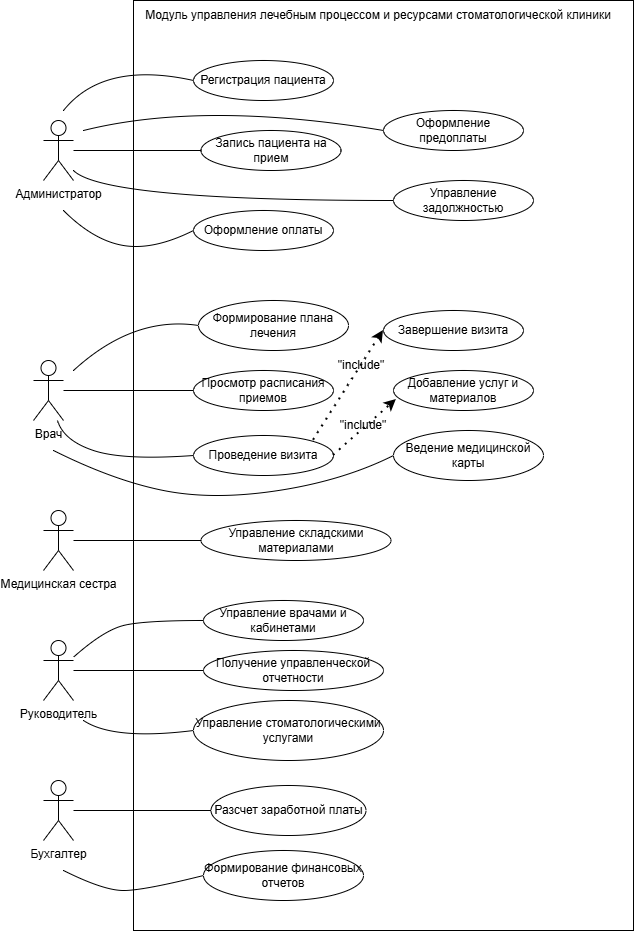
The draw.io diagram Use Case .png in Ancilot/Dental-clinic, before a commit. Source tidied: cells renumbered, new cells last; positions are measured from the earlier drawing's top-left corner, leaving out a move shared by most shapes. Its diagram source:
```xml
<mxGraphModel>
  <root>
    <mxCell id="0" />
    <mxCell id="1" parent="0" />
    <mxCell id="2" style="rounded=0;whiteSpace=wrap;html=1;fillColor=none;" parent="1" vertex="1">
      <mxGeometry x="100" width="500" height="930" as="geometry" />
    </mxCell>
    <mxCell id="3" style="edgeStyle=orthogonalEdgeStyle;rounded=0;jettySize=auto;html=1;endArrow=none;endFill=0;" parent="1" edge="1" source="4" target="14">
      <mxGeometry relative="1" as="geometry" />
    </mxCell>
    <mxCell id="4" value="Администратор" style="shape=umlActor;verticalLabelPosition=bottom;verticalAlign=top;html=1;outlineConnect=0;" parent="1" vertex="1">
      <mxGeometry x="10" y="120" width="30" height="60" as="geometry" />
    </mxCell>
    <mxCell id="5" style="edgeStyle=orthogonalEdgeStyle;rounded=0;jettySize=auto;html=1;entryX=0;entryY=0.5;entryDx=0;entryDy=0;endArrow=none;endFill=0;" parent="1" edge="1" source="6" target="23">
      <mxGeometry relative="1" as="geometry" />
    </mxCell>
    <mxCell id="6" value="Врач" style="shape=umlActor;verticalLabelPosition=bottom;verticalAlign=top;html=1;outlineConnect=0;" parent="1" vertex="1">
      <mxGeometry y="360" width="30" height="60" as="geometry" />
    </mxCell>
    <mxCell id="7" style="edgeStyle=orthogonalEdgeStyle;rounded=0;jettySize=auto;html=1;entryX=0;entryY=0.5;entryDx=0;entryDy=0;endArrow=none;endFill=0;" parent="1" edge="1" source="8" target="24">
      <mxGeometry relative="1" as="geometry" />
    </mxCell>
    <mxCell id="8" value="Медицинская сестра" style="shape=umlActor;verticalLabelPosition=bottom;verticalAlign=top;html=1;outlineConnect=0;" parent="1" vertex="1">
      <mxGeometry x="10" y="510" width="30" height="60" as="geometry" />
    </mxCell>
    <mxCell id="9" style="edgeStyle=orthogonalEdgeStyle;rounded=0;jettySize=auto;html=1;endArrow=none;endFill=0;" parent="1" edge="1" source="10" target="29">
      <mxGeometry relative="1" as="geometry" />
    </mxCell>
    <mxCell id="10" value="Руководитель" style="shape=umlActor;verticalLabelPosition=bottom;verticalAlign=top;html=1;outlineConnect=0;" parent="1" vertex="1">
      <mxGeometry x="10" y="640" width="30" height="60" as="geometry" />
    </mxCell>
    <mxCell id="11" style="edgeStyle=orthogonalEdgeStyle;rounded=0;jettySize=auto;html=1;entryX=0;entryY=0.5;entryDx=0;entryDy=0;endArrow=none;endFill=0;" parent="1" edge="1" source="12" target="26">
      <mxGeometry relative="1" as="geometry" />
    </mxCell>
    <mxCell id="12" value="Бухгалтер" style="shape=umlActor;verticalLabelPosition=bottom;verticalAlign=top;html=1;outlineConnect=0;" parent="1" vertex="1">
      <mxGeometry x="10" y="780" width="30" height="60" as="geometry" />
    </mxCell>
    <mxCell id="13" value="Регистрация пациента" style="ellipse;whiteSpace=wrap;html=1;" parent="1" vertex="1">
      <mxGeometry x="160" y="60" width="140" height="40" as="geometry" />
    </mxCell>
    <mxCell id="14" value="Запись пациента на прием" style="ellipse;whiteSpace=wrap;html=1;" parent="1" vertex="1">
      <mxGeometry x="167.5" y="130" width="140" height="40" as="geometry" />
    </mxCell>
    <mxCell id="15" value="Оформление оплаты" style="ellipse;whiteSpace=wrap;html=1;" parent="1" vertex="1">
      <mxGeometry x="160" y="210" width="140" height="40" as="geometry" />
    </mxCell>
    <mxCell id="16" value="Оформление предоплаты" style="ellipse;whiteSpace=wrap;html=1;" parent="1" vertex="1">
      <mxGeometry x="350" y="110" width="140" height="40" as="geometry" />
    </mxCell>
    <mxCell id="17" value="Управление задолжностью" style="ellipse;whiteSpace=wrap;html=1;" parent="1" vertex="1">
      <mxGeometry x="360" y="180" width="140" height="40" as="geometry" />
    </mxCell>
    <mxCell id="18" value="Завершение визита" style="ellipse;whiteSpace=wrap;html=1;" parent="1" vertex="1">
      <mxGeometry x="350" y="310" width="140" height="40" as="geometry" />
    </mxCell>
    <mxCell id="19" value="Добавление услуг и материалов" style="ellipse;whiteSpace=wrap;html=1;" parent="1" vertex="1">
      <mxGeometry x="360" y="370" width="140" height="40" as="geometry" />
    </mxCell>
    <mxCell id="20" value="Проведение визита" style="ellipse;whiteSpace=wrap;html=1;" parent="1" vertex="1">
      <mxGeometry x="160" y="435" width="140" height="40" as="geometry" />
    </mxCell>
    <mxCell id="21" value="Формирование плана лечения" style="ellipse;whiteSpace=wrap;html=1;" parent="1" vertex="1">
      <mxGeometry x="165" y="300" width="150" height="50" as="geometry" />
    </mxCell>
    <mxCell id="22" value="Ведение медицинской карты" style="ellipse;whiteSpace=wrap;html=1;" parent="1" vertex="1">
      <mxGeometry x="360" y="430" width="150" height="50" as="geometry" />
    </mxCell>
    <mxCell id="23" value="Просмотр расписания приемов" style="ellipse;whiteSpace=wrap;html=1;" parent="1" vertex="1">
      <mxGeometry x="160" y="370" width="140" height="40" as="geometry" />
    </mxCell>
    <mxCell id="24" value="Управление складскими материалами" style="ellipse;whiteSpace=wrap;html=1;" parent="1" vertex="1">
      <mxGeometry x="167.5" y="520" width="190" height="40" as="geometry" />
    </mxCell>
    <mxCell id="25" value="Управление врачами и кабинетами" style="ellipse;whiteSpace=wrap;html=1;" parent="1" vertex="1">
      <mxGeometry x="170" y="600" width="160" height="40" as="geometry" />
    </mxCell>
    <mxCell id="26" value="Разсчет заработной платы" style="ellipse;whiteSpace=wrap;html=1;" parent="1" vertex="1">
      <mxGeometry x="177.5" y="785" width="155" height="50" as="geometry" />
    </mxCell>
    <mxCell id="27" value="Управление стоматологическими услугами" style="ellipse;whiteSpace=wrap;html=1;" parent="1" vertex="1">
      <mxGeometry x="160" y="700" width="190" height="60" as="geometry" />
    </mxCell>
    <mxCell id="28" value="Формирование финансовых отчетов" style="ellipse;whiteSpace=wrap;html=1;" parent="1" vertex="1">
      <mxGeometry x="170" y="850" width="160" height="50" as="geometry" />
    </mxCell>
    <mxCell id="29" value="Получение управленческой отчетности" style="ellipse;whiteSpace=wrap;html=1;" parent="1" vertex="1">
      <mxGeometry x="170" y="650" width="180" height="40" as="geometry" />
    </mxCell>
    <mxCell id="30" style="curved=1;endArrow=none;html=1;rounded=0;entryX=0;entryY=0.5;entryDx=0;entryDy=0;endFill=0;" parent="1" edge="1" target="13">
      <mxGeometry relative="1" as="geometry">
        <mxPoint x="30" y="110" as="sourcePoint" />
        <Array as="points">
          <mxPoint x="70" y="60" />
        </Array>
      </mxGeometry>
    </mxCell>
    <mxCell id="31" style="curved=1;endArrow=none;html=1;rounded=0;entryX=0;entryY=0.5;entryDx=0;entryDy=0;endFill=0;" parent="1" edge="1" target="15">
      <mxGeometry relative="1" as="geometry">
        <mxPoint x="30" y="210" as="sourcePoint" />
        <Array as="points">
          <mxPoint x="60" y="240" />
          <mxPoint x="120" y="250" />
        </Array>
      </mxGeometry>
    </mxCell>
    <mxCell id="32" style="curved=1;endArrow=none;html=1;rounded=0;entryX=0;entryY=0.5;entryDx=0;entryDy=0;endFill=0;" parent="1" edge="1" target="17">
      <mxGeometry relative="1" as="geometry">
        <mxPoint x="40" y="170" as="sourcePoint" />
        <Array as="points">
          <mxPoint x="70" y="200" />
        </Array>
      </mxGeometry>
    </mxCell>
    <mxCell id="33" style="curved=1;endArrow=none;html=1;rounded=0;entryX=0;entryY=0.5;entryDx=0;entryDy=0;endFill=0;" parent="1" edge="1" target="16">
      <mxGeometry relative="1" as="geometry">
        <mxPoint x="50" y="130" as="sourcePoint" />
        <Array as="points">
          <mxPoint x="170" y="100" />
        </Array>
      </mxGeometry>
    </mxCell>
    <mxCell id="34" style="curved=1;endArrow=none;html=1;rounded=0;entryX=0;entryY=0.5;entryDx=0;entryDy=0;endFill=0;" parent="1" edge="1" source="6" target="20">
      <mxGeometry relative="1" as="geometry">
        <Array as="points">
          <mxPoint x="30" y="440" />
          <mxPoint x="90" y="460" />
        </Array>
      </mxGeometry>
    </mxCell>
    <mxCell id="35" style="curved=1;endArrow=none;html=1;rounded=0;entryX=0;entryY=0.5;entryDx=0;entryDy=0;endFill=0;" parent="1" edge="1" target="22">
      <mxGeometry relative="1" as="geometry">
        <mxPoint x="20" y="450" as="sourcePoint" />
        <Array as="points">
          <mxPoint x="80" y="480" />
          <mxPoint x="180" y="500" />
          <mxPoint x="310" y="480" />
        </Array>
      </mxGeometry>
    </mxCell>
    <mxCell id="36" style="curved=1;endArrow=none;html=1;rounded=0;entryX=0;entryY=0.5;entryDx=0;entryDy=0;endFill=0;" parent="1" edge="1" target="21">
      <mxGeometry relative="1" as="geometry">
        <mxPoint x="40" y="370" as="sourcePoint" />
        <Array as="points">
          <mxPoint x="100" y="315" />
        </Array>
      </mxGeometry>
    </mxCell>
    <mxCell id="37" style="curved=1;endArrow=none;html=1;rounded=0;entryX=0;entryY=0.5;entryDx=0;entryDy=0;endFill=0;" parent="1" edge="1" source="10" target="25">
      <mxGeometry relative="1" as="geometry">
        <Array as="points">
          <mxPoint x="70" y="630" />
          <mxPoint x="110" y="620" />
        </Array>
      </mxGeometry>
    </mxCell>
    <mxCell id="38" style="curved=1;endArrow=none;html=1;rounded=0;entryX=0;entryY=0.5;entryDx=0;entryDy=0;endFill=0;" parent="1" edge="1" target="27">
      <mxGeometry relative="1" as="geometry">
        <mxPoint x="50" y="720" as="sourcePoint" />
        <Array as="points">
          <mxPoint x="80" y="740" />
        </Array>
      </mxGeometry>
    </mxCell>
    <mxCell id="39" style="curved=1;endArrow=none;html=1;rounded=0;entryX=0;entryY=0.5;entryDx=0;entryDy=0;endFill=0;" parent="1" edge="1" target="28">
      <mxGeometry relative="1" as="geometry">
        <mxPoint x="30" y="870" as="sourcePoint" />
        <Array as="points">
          <mxPoint x="70" y="890" />
          <mxPoint x="110" y="890" />
        </Array>
      </mxGeometry>
    </mxCell>
    <mxCell id="40" style="endArrow=classic;dashed=1;html=1;dashPattern=1 3;strokeWidth=2;rounded=0;entryX=0.021;entryY=0.725;entryDx=0;entryDy=0;entryPerimeter=0;exitX=1;exitY=0.5;exitDx=0;exitDy=0;endFill=1;" parent="1" edge="1" source="20" target="19">
      <mxGeometry relative="1" as="geometry" />
    </mxCell>
    <mxCell id="41" style="endArrow=none;dashed=1;html=1;dashPattern=1 3;strokeWidth=2;rounded=0;startArrow=classic;startFill=1;exitX=0;exitY=0.5;exitDx=0;exitDy=0;entryX=1;entryY=0;entryDx=0;entryDy=0;" parent="1" edge="1" source="18" target="20">
      <mxGeometry relative="1" as="geometry" />
    </mxCell>
    <mxCell id="42" value="&quot;include&quot;" style="text;html=1;whiteSpace=wrap;strokeColor=none;fillColor=none;align=center;verticalAlign=middle;rounded=0;" parent="1" vertex="1">
      <mxGeometry x="297.5" y="350" width="60" height="30" as="geometry" />
    </mxCell>
    <mxCell id="43" value="&quot;include&quot;" style="text;html=1;whiteSpace=wrap;strokeColor=none;fillColor=none;align=center;verticalAlign=middle;rounded=0;" parent="1" vertex="1">
      <mxGeometry x="300" y="410" width="60" height="30" as="geometry" />
    </mxCell>
    <mxCell id="44" value="Модуль управления лечебным процессом и ресурсами стоматологической клиники" style="text;html=1;whiteSpace=wrap;strokeColor=none;fillColor=none;align=center;verticalAlign=middle;rounded=0;" parent="1" vertex="1">
      <mxGeometry x="100" width="490" height="30" as="geometry" />
    </mxCell>
  </root>
</mxGraphModel>
```
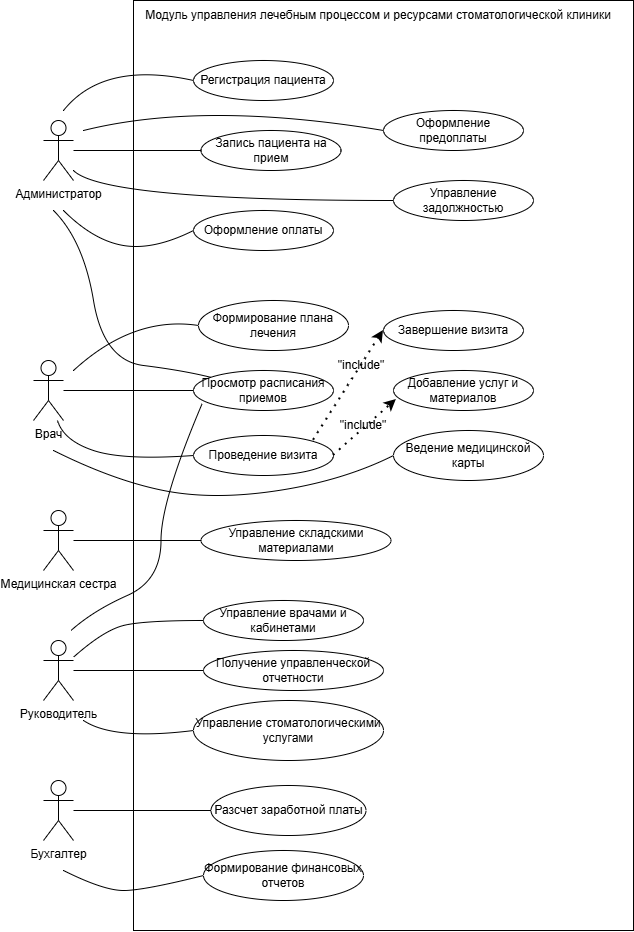
Above is the later version.

What changed in the source:
```diff
@@ -185,5 +185,25 @@
     <mxCell id="44" value="Модуль управления лечебным процессом и ресурсами стоматологической клиники" style="text;html=1;whiteSpace=wrap;strokeColor=none;fillColor=none;align=center;verticalAlign=middle;rounded=0;" parent="1" vertex="1">
       <mxGeometry x="100" width="490" height="30" as="geometry" />
     </mxCell>
+    <mxCell id="45" style="curved=1;endArrow=none;html=1;rounded=0;endFill=0;" parent="1" edge="1" target="23">
+      <mxGeometry relative="1" as="geometry">
+        <mxPoint x="20" y="210" as="sourcePoint" />
+        <Array as="points">
+          <mxPoint x="50" y="240" />
+          <mxPoint x="70" y="360" />
+          <mxPoint x="150" y="370" />
+        </Array>
+      </mxGeometry>
+    </mxCell>
+    <mxCell id="46" style="curved=1;endArrow=none;html=1;rounded=0;entryX=0.062;entryY=0.827;entryDx=0;entryDy=0;endFill=0;entryPerimeter=0;" parent="1" edge="1" target="23">
+      <mxGeometry relative="1" as="geometry">
+        <mxPoint x="37.5" y="630" as="sourcePoint" />
+        <Array as="points">
+          <mxPoint x="60" y="610" />
+          <mxPoint x="127.5" y="580" />
+          <mxPoint x="127.5" y="500" />
+        </Array>
+      </mxGeometry>
+    </mxCell>
   </root>
 </mxGraphModel>
```
